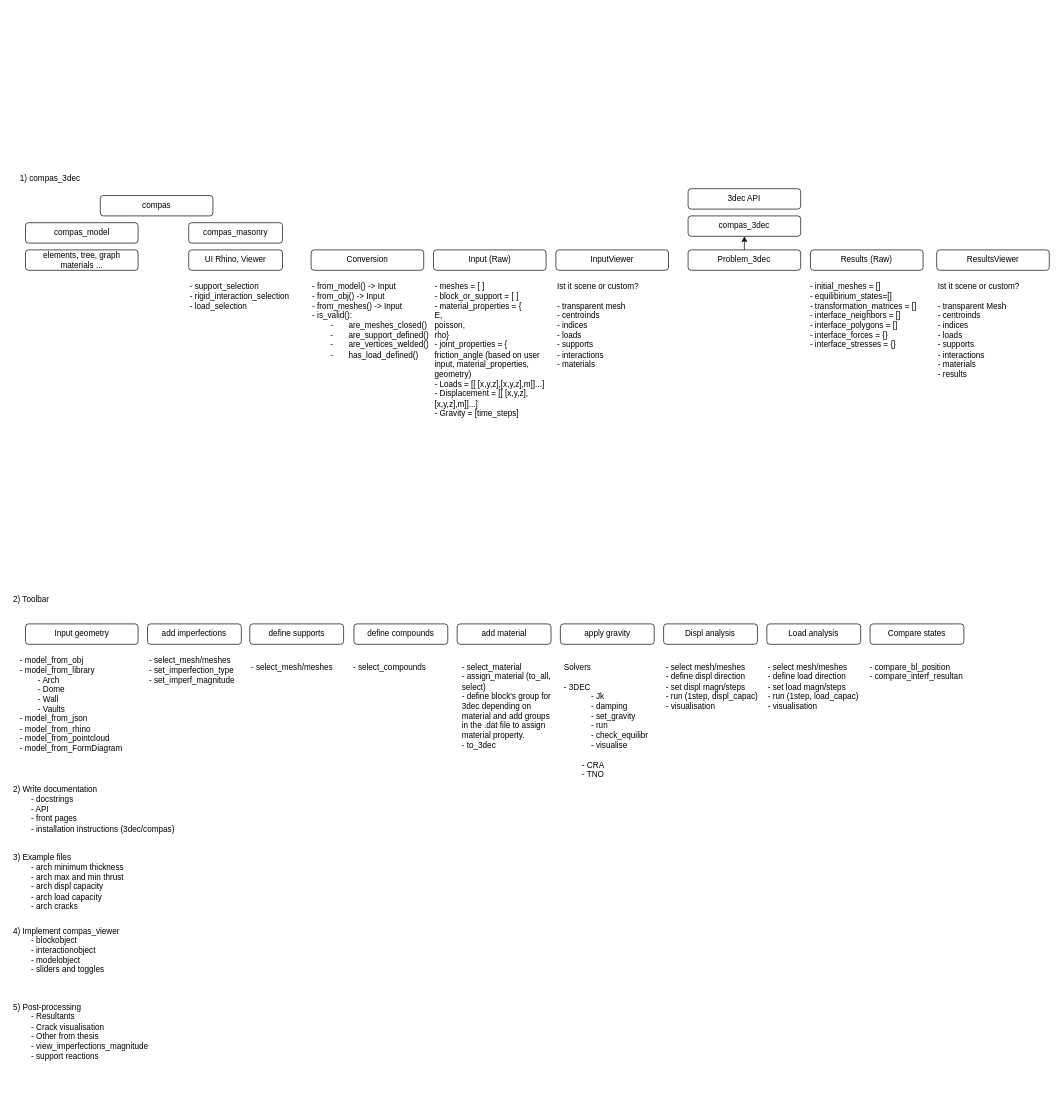
Earlier version of the draw.io diagram page "Page-1" (1 of 3) of docs/_images/roadmap.drawio (BlockResearchGroup/compas_3dec). Source tidied: cells renumbered, new cells numbered last; positions are measured from the earlier drawing's top-left corner, leaving out a move shared by most shapes. Both pictures are drawn from the tidied source at 68%, with x=0, y=0 at pixel (12, 168).
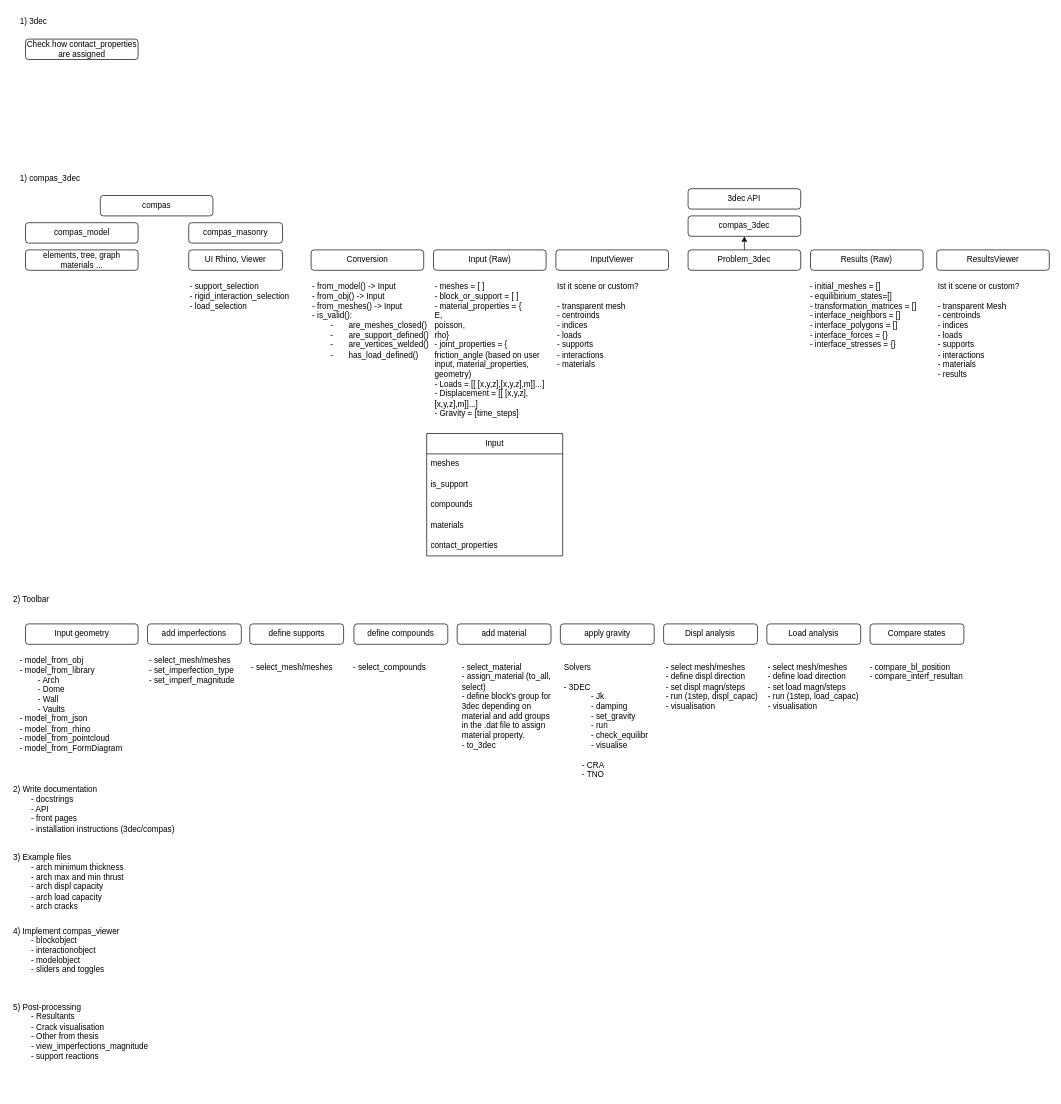
The same page after the edit.

Commit message (it also covers changes not shown here):
ADD contact properties

What changed in the source:
```diff
@@
+    <mxCell id="47" value="Input" style="swimlane;fontStyle=0;horizontal=1;startSize=30;whiteSpace=wrap;html=1;fontFamily=Helvetica;" parent="1" vertex="1">
+      <mxGeometry x="610" y="390" width="200" height="180" as="geometry" />
+    </mxCell>
+    <mxCell id="48" value="&lt;div style=&quot;background-color: rgb(255, 255, 255); line-height: 19px;&quot;&gt;&lt;font style=&quot;font-size: 12px;&quot;&gt;meshes&lt;/font&gt;&lt;/div&gt;" style="text;strokeColor=none;fillColor=none;align=left;verticalAlign=middle;spacingLeft=4;spacingRight=4;overflow=hidden;whiteSpace=wrap;html=1;fontFamily=Helvetica;" parent="47" vertex="1">
+      <mxGeometry y="30" width="200" height="30" as="geometry" />
+    </mxCell>
+    <mxCell id="49" value="&lt;div style=&quot;background-color: rgb(255, 255, 255); line-height: 19px;&quot;&gt;&lt;font style=&quot;font-size: 12px;&quot;&gt;is_support&lt;/font&gt;&lt;/div&gt;" style="text;strokeColor=none;fillColor=none;align=left;verticalAlign=middle;spacingLeft=4;spacingRight=4;overflow=hidden;whiteSpace=wrap;html=1;fontFamily=Helvetica;" parent="47" vertex="1">
+      <mxGeometry y="60" width="200" height="30" as="geometry" />
+    </mxCell>
+    <mxCell id="50" value="&lt;div style=&quot;background-color: rgb(255, 255, 255); line-height: 19px;&quot;&gt;&lt;font style=&quot;font-size: 12px;&quot;&gt;compounds&lt;/font&gt;&lt;/div&gt;" style="text;strokeColor=none;fillColor=none;align=left;verticalAlign=middle;spacingLeft=4;spacingRight=4;overflow=hidden;whiteSpace=wrap;html=1;fontFamily=Helvetica;" parent="47" vertex="1">
+      <mxGeometry y="90" width="200" height="30" as="geometry" />
+    </mxCell>
+    <mxCell id="51" value="&lt;div style=&quot;background-color: rgb(255, 255, 255); line-height: 19px;&quot;&gt;&lt;font style=&quot;font-size: 12px;&quot;&gt;materials&lt;/font&gt;&lt;/div&gt;" style="text;strokeColor=none;fillColor=none;align=left;verticalAlign=middle;spacingLeft=4;spacingRight=4;overflow=hidden;whiteSpace=wrap;html=1;fontFamily=Helvetica;" parent="47" vertex="1">
+      <mxGeometry y="120" width="200" height="30" as="geometry" />
+    </mxCell>
+    <mxCell id="52" value="&lt;div style=&quot;background-color: rgb(255, 255, 255); line-height: 19px;&quot;&gt;&lt;font style=&quot;font-size: 12px;&quot;&gt;contact_properties&lt;/font&gt;&lt;/div&gt;" style="text;strokeColor=none;fillColor=none;align=left;verticalAlign=middle;spacingLeft=4;spacingRight=4;overflow=hidden;whiteSpace=wrap;html=1;fontFamily=Helvetica;" parent="47" vertex="1">
+      <mxGeometry y="150" width="200" height="30" as="geometry" />
+    </mxCell>
+    <mxCell id="53" value="1) 3dec" style="text;html=1;strokeColor=none;fillColor=none;align=left;verticalAlign=middle;whiteSpace=wrap;rounded=0;" parent="1" vertex="1">
+      <mxGeometry x="10" y="-230" width="240" height="30" as="geometry" />
+    </mxCell>
+    <mxCell id="54" value="Check how contact_properties are assigned" style="rounded=1;whiteSpace=wrap;html=1;" parent="1" vertex="1">
+      <mxGeometry x="20" y="-190" width="165.6" height="30" as="geometry" />
+    </mxCell>
```
